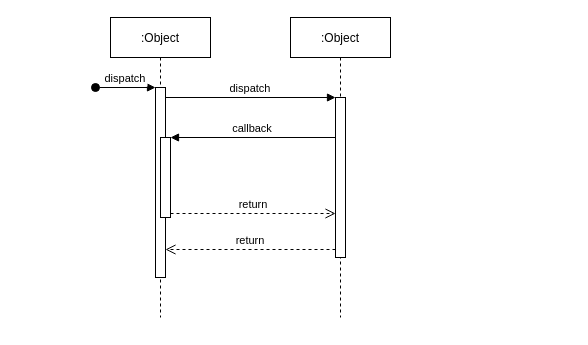
Earlier version of the draw.io diagram 牙管家/牙管家-登录(TOKEN-JWT).drawio (cherishsince/diagrams.net). Source tidied: cells renumbered, new cells numbered last; positions are measured from the earlier drawing's top-left corner, leaving out a move shared by most shapes. Both pictures are drawn from the tidied source at 100%, with x=0, y=0 at pixel (95, 17).
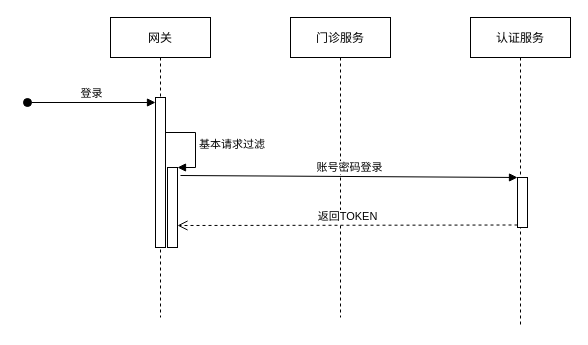
The same page after the edit.

Commit message (it also covers changes not shown here):
更新牙管家-登录(TOKEN-JWT).drawio

Change to the diagram source:
```diff
@@
 <mxGraphModel>
   <root>
     <mxCell id="0" />
     <mxCell id="1" parent="0" />
-    <mxCell id="2" value=":Object" style="shape=umlLifeline;perimeter=lifelinePerimeter;rounded=0;shadow=0;strokeWidth=1;" parent="1" vertex="1">
+    <mxCell id="2" value="网关" style="shape=umlLifeline;perimeter=lifelinePerimeter;rounded=0;shadow=0;strokeWidth=1;" parent="1" vertex="1">
       <mxGeometry x="15" width="100" height="300" as="geometry" />
     </mxCell>
-    <mxCell id="3" style="points=[];perimeter=orthogonalPerimeter;rounded=0;shadow=0;strokeWidth=1;" parent="2" vertex="1">
-      <mxGeometry x="45" y="70" width="10" height="190" as="geometry" />
-    </mxCell>
-    <mxCell id="4" value="dispatch" style="verticalAlign=bottom;startArrow=oval;endArrow=block;startSize=8;shadow=0;strokeWidth=1;" parent="2" edge="1" target="3">
-      <mxGeometry relative="1" as="geometry">
-        <mxPoint x="-15" y="70" as="sourcePoint" />
-      </mxGeometry>
-    </mxCell>
-    <mxCell id="5" style="points=[];perimeter=orthogonalPerimeter;rounded=0;shadow=0;strokeWidth=1;" parent="2" vertex="1">
-      <mxGeometry x="50" y="120" width="10" height="80" as="geometry" />
-    </mxCell>
+    <mxCell id="12" style="html=1;points=[];perimeter=orthogonalPerimeter;" parent="2" vertex="1">
+      <mxGeometry x="57" y="150" width="10" height="80" as="geometry" />
+    </mxCell>
+    <mxCell id="13" value="基本请求过滤" style="edgeStyle=orthogonalEdgeStyle;html=1;align=left;spacingLeft=2;endArrow=block;rounded=0;entryX=1;entryY=0;" parent="2" edge="1" target="12">
+      <mxGeometry relative="1" as="geometry">
+        <mxPoint x="55" y="115" as="sourcePoint" />
+        <Array as="points">
+          <mxPoint x="85" y="115" />
+        </Array>
+      </mxGeometry>
+    </mxCell>
-    <mxCell id="6" value=":Object" style="shape=umlLifeline;perimeter=lifelinePerimeter;rounded=0;shadow=0;strokeWidth=1;" parent="1" vertex="1">
+    <mxCell id="6" value="门诊服务" style="shape=umlLifeline;perimeter=lifelinePerimeter;rounded=0;shadow=0;strokeWidth=1;" parent="1" vertex="1">
       <mxGeometry x="195" width="100" height="300" as="geometry" />
     </mxCell>
-    <mxCell id="7" style="points=[];perimeter=orthogonalPerimeter;rounded=0;shadow=0;strokeWidth=1;" parent="6" vertex="1">
-      <mxGeometry x="45" y="80" width="10" height="160" as="geometry" />
-    </mxCell>
-    <mxCell id="8" value="return" style="verticalAlign=bottom;endArrow=open;dashed=1;endSize=8;exitX=0;exitY=0.95;shadow=0;strokeWidth=1;" parent="1" edge="1" source="7" target="3">
-      <mxGeometry relative="1" as="geometry" />
-    </mxCell>
-    <mxCell id="9" value="dispatch" style="verticalAlign=bottom;endArrow=block;entryX=0;entryY=0;shadow=0;strokeWidth=1;" parent="1" edge="1" source="3" target="7">
-      <mxGeometry relative="1" as="geometry" />
-    </mxCell>
-    <mxCell id="10" value="callback" style="verticalAlign=bottom;endArrow=block;entryX=1;entryY=0;shadow=0;strokeWidth=1;" parent="1" edge="1" source="7" target="5">
-      <mxGeometry relative="1" as="geometry" />
-    </mxCell>
-    <mxCell id="11" value="return" style="verticalAlign=bottom;endArrow=open;dashed=1;endSize=8;exitX=1;exitY=0.95;shadow=0;strokeWidth=1;" parent="1" edge="1" source="5" target="7">
-      <mxGeometry relative="1" as="geometry" />
-    </mxCell>
+    <mxCell id="14" value="认证服务" style="shape=umlLifeline;perimeter=lifelinePerimeter;rounded=0;shadow=0;strokeWidth=1;" parent="1" vertex="1">
+      <mxGeometry x="375" width="100" height="310" as="geometry" />
+    </mxCell>
+    <mxCell id="15" style="html=1;points=[];perimeter=orthogonalPerimeter;" parent="1" vertex="1">
+      <mxGeometry x="60" y="80" width="10" height="150" as="geometry" />
+    </mxCell>
+    <mxCell id="16" value="登录" style="html=1;verticalAlign=bottom;startArrow=oval;endArrow=block;startSize=8;" parent="1" edge="1" target="15">
+      <mxGeometry relative="1" as="geometry">
+        <mxPoint x="-68" y="85" as="sourcePoint" />
+      </mxGeometry>
+    </mxCell>
+    <mxCell id="17" style="html=1;points=[];perimeter=orthogonalPerimeter;" parent="1" vertex="1">
+      <mxGeometry x="422" y="160" width="10" height="50" as="geometry" />
+    </mxCell>
+    <mxCell id="18" value="账号密码登录" style="html=1;verticalAlign=bottom;endArrow=block;entryX=0;entryY=0;exitX=1.3;exitY=0.1;exitDx=0;exitDy=0;exitPerimeter=0;" parent="1" edge="1" source="12" target="17">
+      <mxGeometry relative="1" as="geometry" />
+    </mxCell>
+    <mxCell id="19" value="返回TOKEN" style="html=1;verticalAlign=bottom;endArrow=open;dashed=1;endSize=8;exitX=0;exitY=0.95;" parent="1" edge="1" source="17">
+      <mxGeometry relative="1" as="geometry">
+        <mxPoint x="82" y="208" as="targetPoint" />
+      </mxGeometry>
+    </mxCell>
   </root>
 </mxGraphModel>
```
